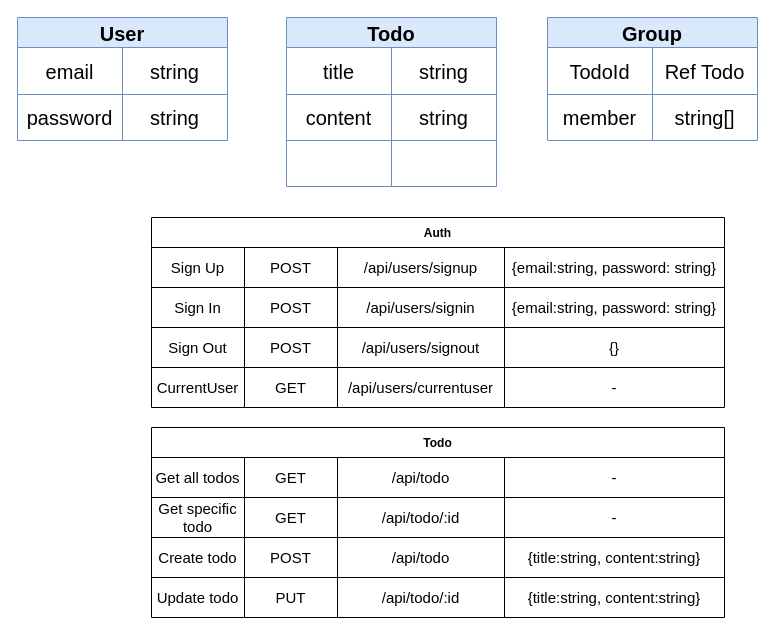
fan0223/TaskTracker keeps this draw.io diagram as page "第2頁" (2 of 2) of Untitled Diagram.drawio. Above is the earlier version. Source tidied: cells renumbered, new cells numbered last; positions are measured from the earlier drawing's top-left corner, leaving out a move shared by most shapes. Both pictures are drawn from the tidied source at 100%, with x=0, y=0 at pixel (17, 17).
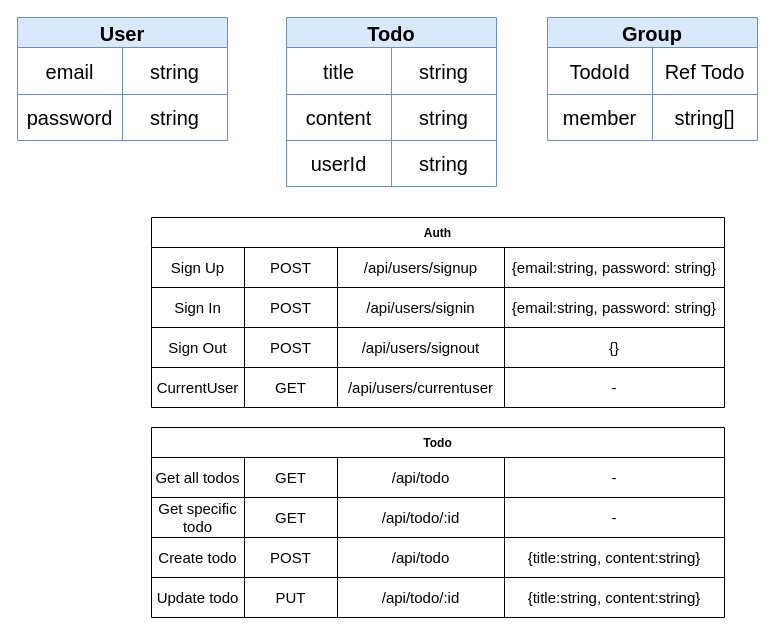
After the change.

Unchanged cells that the change refers to:
```xml
<mxCell id="16" style="shape=partialRectangle;whiteSpace=wrap;fillColor=none;top=0;left=0;bottom=0;right=0;rounded=0;shadow=0;sketch=0;fontSize=12;labelBackgroundColor=none;labelBorderColor=none;" parent="9" vertex="1">
  <mxGeometry y="123" width="210" height="46" as="geometry" />
</mxCell>
```

What changed in the source:
```diff
@@
-    <mxCell id="17" style="shape=partialRectangle;whiteSpace=wrap;fillColor=none;top=0;left=0;bottom=0;right=0;overflow=hidden;rounded=0;shadow=0;sketch=0;fontSize=20;labelBackgroundColor=none;labelBorderColor=none;" parent="16" vertex="1">
+    <mxCell id="17" value="userId" style="shape=partialRectangle;whiteSpace=wrap;fillColor=none;top=0;left=0;bottom=0;right=0;overflow=hidden;rounded=0;shadow=0;sketch=0;fontSize=20;labelBackgroundColor=none;labelBorderColor=none;" parent="16" vertex="1">
       <mxGeometry width="105" height="46" as="geometry" />
     </mxCell>
-    <mxCell id="18" style="shape=partialRectangle;whiteSpace=wrap;fillColor=none;top=0;left=0;bottom=0;right=0;overflow=hidden;rounded=0;shadow=0;sketch=0;fontSize=20;labelBackgroundColor=none;labelBorderColor=none;" parent="16" vertex="1">
+    <mxCell id="18" value="string" style="shape=partialRectangle;whiteSpace=wrap;fillColor=none;top=0;left=0;bottom=0;right=0;overflow=hidden;rounded=0;shadow=0;sketch=0;fontSize=20;labelBackgroundColor=none;labelBorderColor=none;" parent="16" vertex="1">
       <mxGeometry x="105" width="105" height="46" as="geometry" />
     </mxCell>
```
